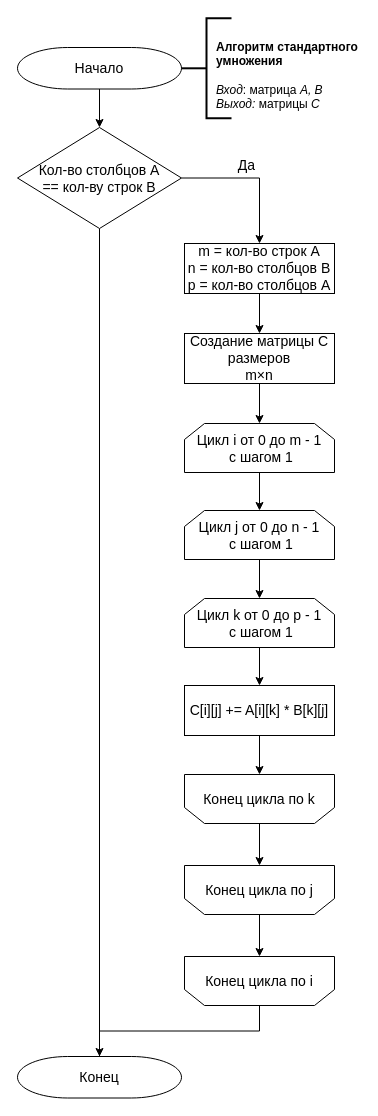
This is page "Стандартное умн." (1 of 5) of lab_02/report/schemes/algorithms.drawio from mshsvnv/AlgorithmAnalysis, a draw.io file, before an edit. Source tidied: cells renumbered, new cells numbered last; positions are measured from the earlier drawing's top-left corner, leaving out a move shared by most shapes. Both pictures are drawn from the tidied source at 100%, with x=0, y=0 at pixel (17, 18).
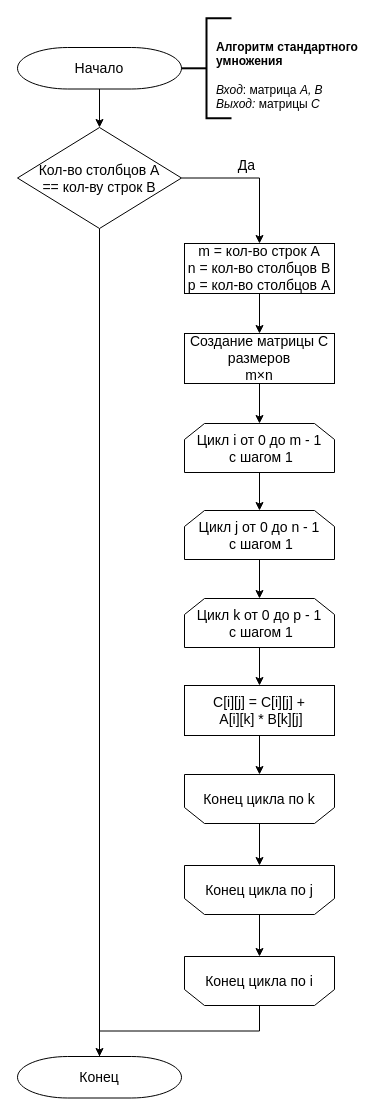
The same page after the edit.

The edit, as a diff of the source:
```diff
@@
-    <mxCell id="19" value="&lt;font style=&quot;font-size: 14px;&quot;&gt;C[i][j] += A[i][k] * B[k][j]&lt;/font&gt;" style="rounded=0;whiteSpace=wrap;html=1;absoluteArcSize=1;arcSize=14;strokeWidth=1;" parent="1" vertex="1">
+    <mxCell id="19" value="&lt;font style=&quot;font-size: 14px;&quot;&gt;C[i][j] = C[i][j] +&lt;br&gt;&amp;nbsp;A[i][k] * B[k][j]&lt;/font&gt;" style="rounded=0;whiteSpace=wrap;html=1;absoluteArcSize=1;arcSize=14;strokeWidth=1;" parent="1" vertex="1">
       <mxGeometry x="167" y="667" width="150" height="50" as="geometry" />
     </mxCell>
```
